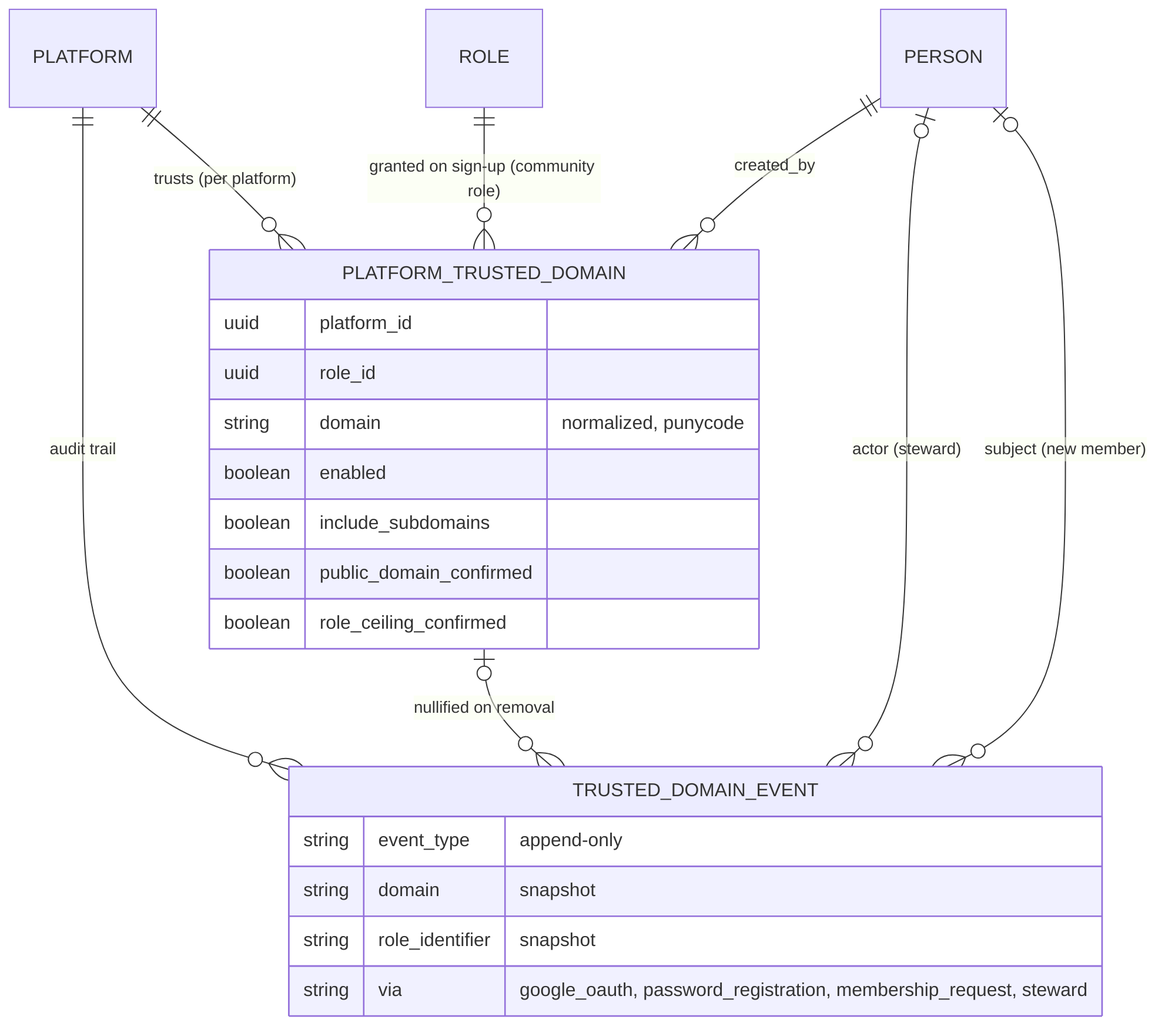
better-together-org/community-engine-rails keeps this Mermaid diagram as docs/diagrams/exports/png/trusted_domains_erd.png. Above is the earlier version. Its source is kept beside it as docs/diagrams/source/trusted_domains_erd.mmd. Its diagram source:
```mermaid
erDiagram
  PLATFORM ||--o{ PLATFORM_TRUSTED_DOMAIN : "trusts (per platform)"
  ROLE ||--o{ PLATFORM_TRUSTED_DOMAIN : "granted on sign-up (community role)"
  PERSON ||--o{ PLATFORM_TRUSTED_DOMAIN : "created_by"
  PLATFORM ||--o{ TRUSTED_DOMAIN_EVENT : "audit trail"
  PLATFORM_TRUSTED_DOMAIN |o--o{ TRUSTED_DOMAIN_EVENT : "nullified on removal"
  PERSON |o--o{ TRUSTED_DOMAIN_EVENT : "actor (steward)"
  PERSON |o--o{ TRUSTED_DOMAIN_EVENT : "subject (new member)"
  PLATFORM_TRUSTED_DOMAIN {
    uuid platform_id
    uuid role_id
    string domain "normalized, punycode"
    boolean enabled
    boolean include_subdomains
    boolean public_domain_confirmed
    boolean role_ceiling_confirmed
  }
  TRUSTED_DOMAIN_EVENT {
    string event_type "append-only"
    string domain "snapshot"
    string role_identifier "snapshot"
    string via "google_oauth, password_registration, membership_request, steward"
  }
```
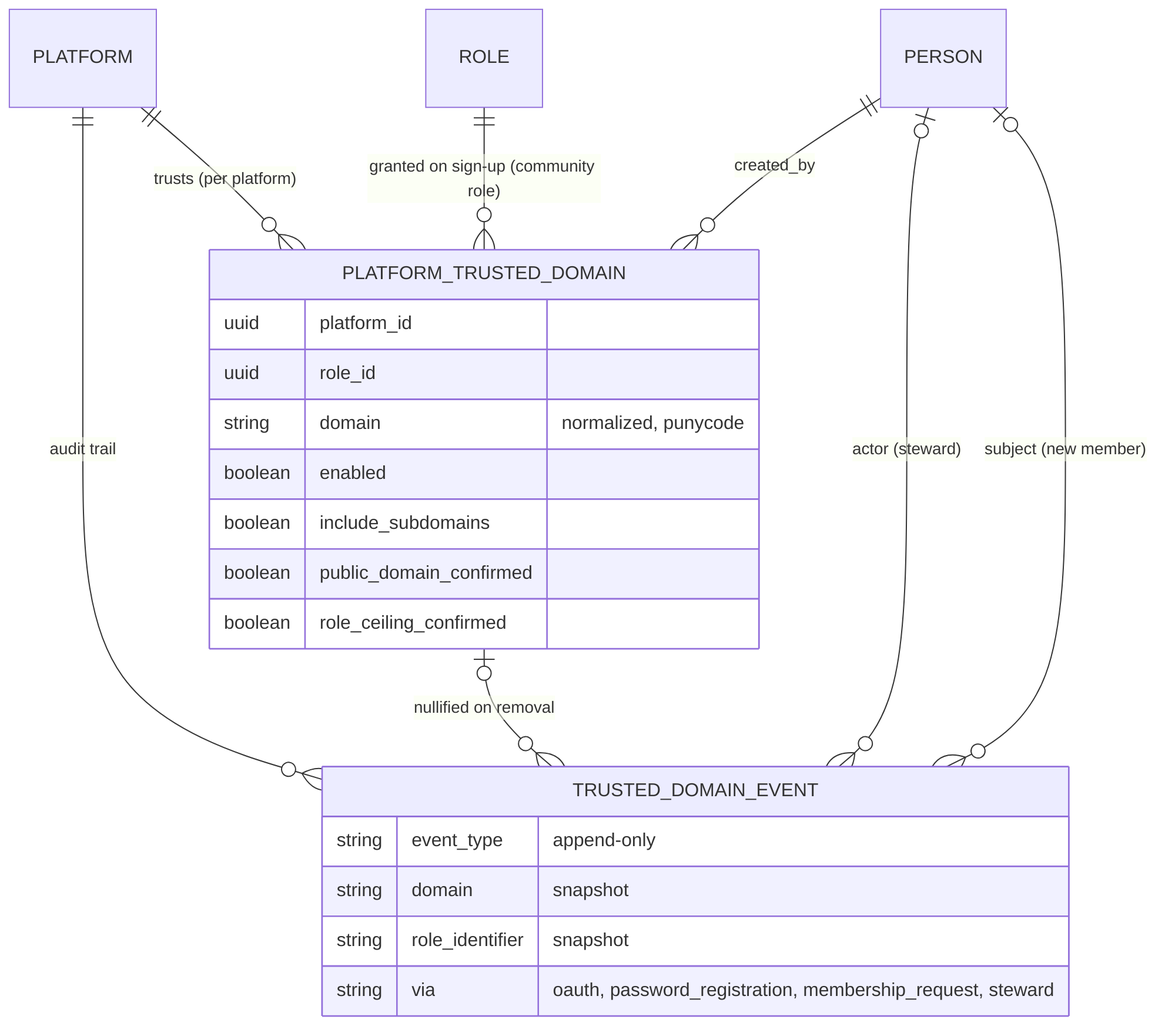
After the change.

Commit message:
feat(access): trusted domains admit verified OAuth sign-ups (J2)

Change to the diagram source:
```diff
@@ -19,5 +19,5 @@
     string event_type "append-only"
     string domain "snapshot"
     string role_identifier "snapshot"
-    string via "google_oauth, password_registration, membership_request, steward"
+    string via "oauth, password_registration, membership_request, steward"
   }
```
